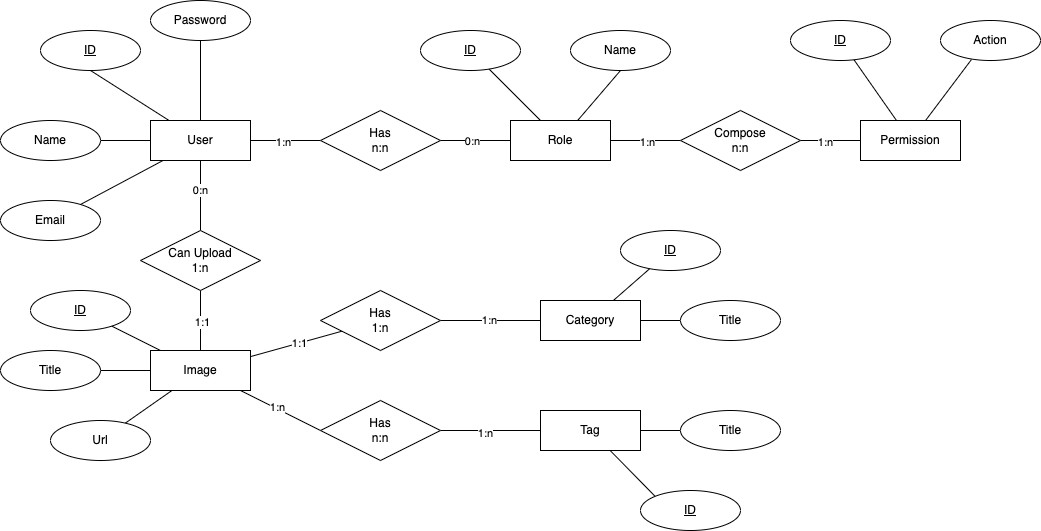
The draw.io diagram Imago.entity–relationship-model.png in AFelipeTrujillo/imago-laravel-gallery-manager, before a commit. Source tidied: cells renumbered, new cells last; positions are measured from the earlier drawing's top-left corner, leaving out a move shared by most shapes.
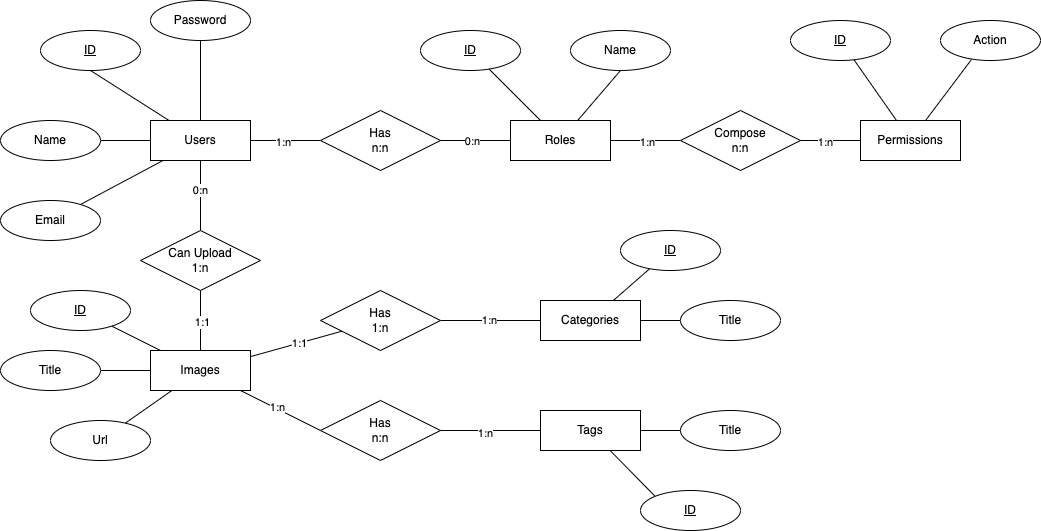
After the commit.

Commit message:
Entity–relationship Model

Diff of the diagram source:
```diff
@@ -28,7 +28,7 @@
         <mxPoint y="-1" as="offset" />
       </mxGeometry>
     </mxCell>
-    <mxCell id="10" value="User" style="whiteSpace=wrap;html=1;align=center;" parent="1" vertex="1">
+    <mxCell id="10" value="Users" style="whiteSpace=wrap;html=1;align=center;" parent="1" vertex="1">
       <mxGeometry x="150" y="120" width="100" height="40" as="geometry" />
     </mxCell>
     <mxCell id="11" style="rounded=0;jettySize=auto;html=1;endArrow=none;endFill=0;" parent="1" edge="1" source="13" target="18">
@@ -52,7 +52,7 @@
     <mxCell id="17" value="1:n" style="edgeLabel;html=1;align=center;verticalAlign=middle;" parent="16" vertex="1">
       <mxGeometry x="0.03" y="-1" relative="1" as="geometry" />
     </mxCell>
-    <mxCell id="18" value="Role" style="whiteSpace=wrap;html=1;align=center;glass=0;sketch=0;shadow=0;rounded=0;" parent="1" vertex="1">
+    <mxCell id="18" value="Roles" style="whiteSpace=wrap;html=1;align=center;glass=0;sketch=0;shadow=0;rounded=0;" parent="1" vertex="1">
       <mxGeometry x="510" y="120" width="100" height="40" as="geometry" />
     </mxCell>
     <mxCell id="19" value="ID" style="ellipse;whiteSpace=wrap;html=1;align=center;fontStyle=4;" parent="1" vertex="1">
@@ -88,7 +88,7 @@
     <mxCell id="29" value="1:n" style="edgeLabel;html=1;align=center;verticalAlign=middle;" parent="28" vertex="1">
       <mxGeometry x="-0.11" y="1" relative="1" as="geometry" />
     </mxCell>
-    <mxCell id="30" value="Image" style="whiteSpace=wrap;html=1;align=center;" parent="1" vertex="1">
+    <mxCell id="30" value="Images" style="whiteSpace=wrap;html=1;align=center;" parent="1" vertex="1">
       <mxGeometry x="150" y="350" width="100" height="40" as="geometry" />
     </mxCell>
     <mxCell id="31" value="Name" style="ellipse;whiteSpace=wrap;html=1;align=center;" parent="1" vertex="1">
@@ -121,7 +121,7 @@
     <mxCell id="40" style="edgeStyle=none;rounded=0;jettySize=auto;html=1;entryX=0;entryY=0.5;entryDx=0;entryDy=0;endArrow=none;endFill=0;" parent="1" edge="1" source="41" target="52">
       <mxGeometry relative="1" as="geometry" />
     </mxCell>
-    <mxCell id="41" value="Category" style="whiteSpace=wrap;html=1;align=center;" parent="1" vertex="1">
+    <mxCell id="41" value="Categories" style="whiteSpace=wrap;html=1;align=center;" parent="1" vertex="1">
       <mxGeometry x="540" y="300" width="100" height="40" as="geometry" />
     </mxCell>
     <mxCell id="42" style="edgeStyle=none;rounded=0;jettySize=auto;html=1;entryX=0;entryY=0;entryDx=0;entryDy=0;endArrow=none;endFill=0;" parent="1" edge="1" source="44" target="53">
@@ -130,7 +130,7 @@
     <mxCell id="43" style="edgeStyle=none;rounded=0;jettySize=auto;html=1;entryX=0;entryY=0.5;entryDx=0;entryDy=0;endArrow=none;endFill=0;" parent="1" edge="1" source="44" target="54">
       <mxGeometry relative="1" as="geometry" />
     </mxCell>
-    <mxCell id="44" value="Tag" style="whiteSpace=wrap;html=1;align=center;" parent="1" vertex="1">
+    <mxCell id="44" value="Tags" style="whiteSpace=wrap;html=1;align=center;" parent="1" vertex="1">
       <mxGeometry x="540" y="410" width="100" height="40" as="geometry" />
     </mxCell>
     <mxCell id="45" style="edgeStyle=none;rounded=0;jettySize=auto;html=1;endArrow=none;endFill=0;" parent="1" edge="1" source="47" target="41">
@@ -169,7 +169,7 @@
     <mxCell id="56" style="edgeStyle=none;rounded=0;jettySize=auto;html=1;endArrow=none;endFill=0;" parent="1" edge="1" source="57" target="61">
       <mxGeometry relative="1" as="geometry" />
     </mxCell>
-    <mxCell id="57" value="Permission" style="whiteSpace=wrap;html=1;align=center;" parent="1" vertex="1">
+    <mxCell id="57" value="Permissions" style="whiteSpace=wrap;html=1;align=center;" parent="1" vertex="1">
       <mxGeometry x="860" y="120" width="100" height="40" as="geometry" />
     </mxCell>
     <mxCell id="58" style="edgeStyle=none;rounded=0;jettySize=auto;html=1;endArrow=none;endFill=0;" parent="1" edge="1" source="60" target="57">
```
